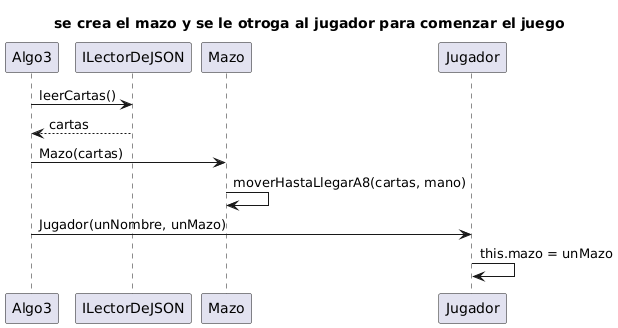
The PlantUML diagram diagrams/sequences/DS-crearMazoYJugador.png in Sotelo27/TP2-Balatro-Grupo-08, before a commit. Source of this version:
```plantuml
@startuml
title se crea el mazo y se le otroga al jugador para comenzar el juego

Algo3 -> ILectorDeJSON : leerCartas()
ILectorDeJSON --> Algo3 : cartas
Algo3 -> Mazo : Mazo(cartas)
Mazo -> Mazo : moverHastaLlegarA8(cartas, mano)

Algo3 -> Jugador : Jugador(unNombre, unMazo)
Jugador -> Jugador : this.mazo = unMazo
@enduml
```
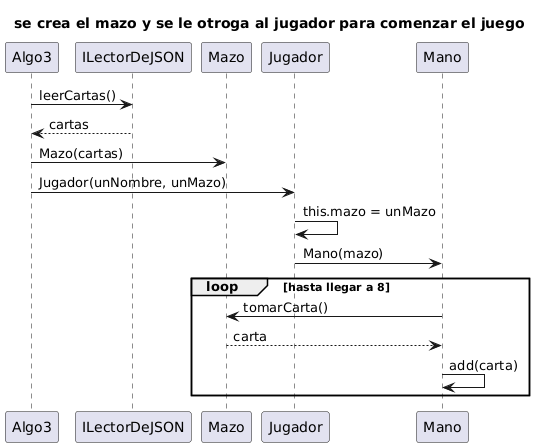
After the commit.

Commit message:
se agrega el creado de la mano con el mazo

The edit, as a diff of the source:
```diff
@@ -4,8 +4,13 @@
 Algo3 -> ILectorDeJSON : leerCartas()
 ILectorDeJSON --> Algo3 : cartas
 Algo3 -> Mazo : Mazo(cartas)
-Mazo -> Mazo : moverHastaLlegarA8(cartas, mano)
 
 Algo3 -> Jugador : Jugador(unNombre, unMazo)
 Jugador -> Jugador : this.mazo = unMazo
+Jugador -> Mano : Mano(mazo)
+loop hasta llegar a 8
+Mano -> Mazo : tomarCarta()
+Mazo --> Mano : carta
+Mano -> Mano : add(carta)
+end loop
 @enduml
```
